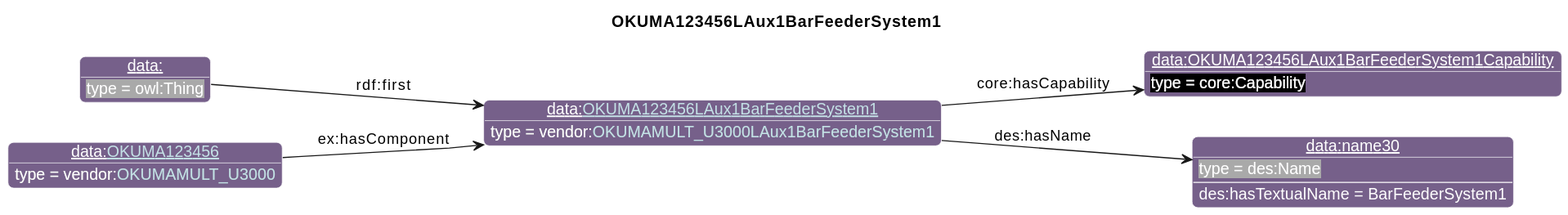
Earlier version of the PlantUML export diagrams/OKUMA123456LAux1BarFeederSystem1.svg (iofoundry/example-syseng-mtconnect).
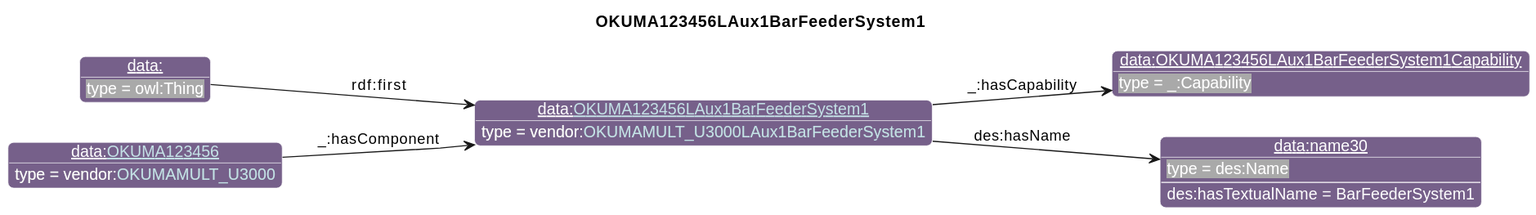
Above is the later version.

Change to the diagram source:
```diff
@@ -26,13 +26,13 @@
                       "qp":"641B2E"
       }
 individual(o0, data:[[./OKUMA123456LAux1BarFeederSystem1.html OKUMA123456LAux1BarFeederSystem1]], vendor:[[../OKUMA.html#OKUMAMULT_U3000LAux1BarFeederSystem1 OKUMAMULT_U3000LAux1BarFeederSystem1]])
-individual(o1, data:OKUMA123456LAux1BarFeederSystem1Capability, core:Capability)
+individual(o1, data:OKUMA123456LAux1BarFeederSystem1Capability, _:Capability)
 individual(o2, data:name30, des:Name)
 individual(o3, data:, owl:Thing)
 individual(o4, data:[[./OKUMA123456.html OKUMA123456]], vendor:[[../OKUMA.html#OKUMAMULT_U3000 OKUMAMULT_U3000]])
-property(o0, "core:hasCapability", o1)
+property(o0, "_:hasCapability", o1)
 property(o0, "des:hasName", o2)
 data(o2, "des:hasTextualName", "BarFeederSystem1")
 property(o3, "rdf:first", o0)
-property(o4, "ex:hasComponent", o0)
+property(o4, "_:hasComponent", o0)
 @enduml
```
